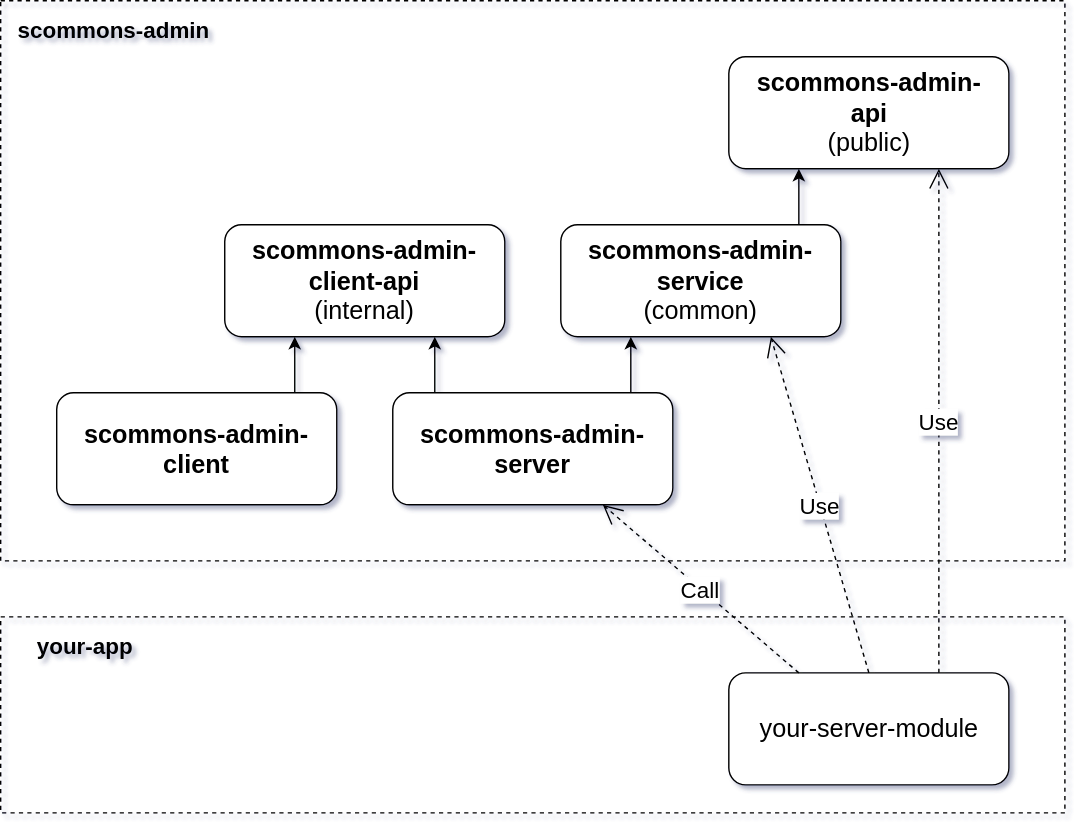
Earlier version of the draw.io export docs/drawio/overview.svg (scommons/scommons-admin). Source tidied: cells renumbered, new cells last; positions are measured from the earlier drawing's top-left corner, leaving out a move shared by most shapes.
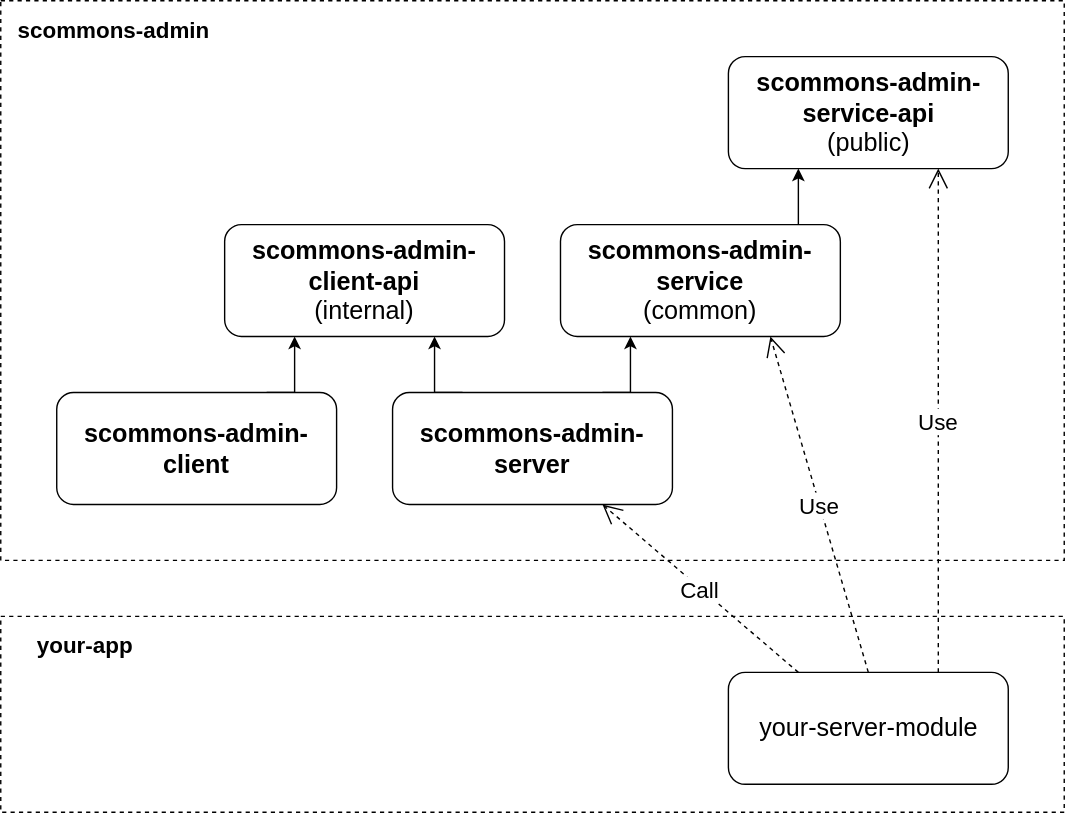
Later version of the same file.

Change to the diagram source:
```diff
@@ -45,7 +45,7 @@
     <mxCell id="10" value="&lt;b&gt;scommons-admin-client&lt;/b&gt;" style="rounded=1;whiteSpace=wrap;html=1;fillColor=#FFFFFF;fontSize=18;fontStyle=0;" parent="1" vertex="1">
       <mxGeometry x="40" y="280" width="200" height="80" as="geometry" />
     </mxCell>
-    <mxCell id="11" value="&lt;b&gt;scommons-admin-&lt;br&gt;api&lt;/b&gt;&lt;br&gt;(public)" style="rounded=1;whiteSpace=wrap;html=1;fillColor=#FFFFFF;fontSize=18;" parent="1" vertex="1">
+    <mxCell id="11" value="&lt;b&gt;scommons-admin-&lt;br&gt;service-api&lt;/b&gt;&lt;br&gt;(public)" style="rounded=1;whiteSpace=wrap;html=1;fillColor=#FFFFFF;fontSize=18;" parent="1" vertex="1">
       <mxGeometry x="520" y="40" width="200" height="80" as="geometry" />
     </mxCell>
     <mxCell id="12" value="scommons-admin" style="text;html=1;strokeColor=none;fillColor=none;align=center;verticalAlign=middle;whiteSpace=wrap;rounded=0;dashed=1;fontSize=16;fontStyle=1;" parent="1" vertex="1">
```
